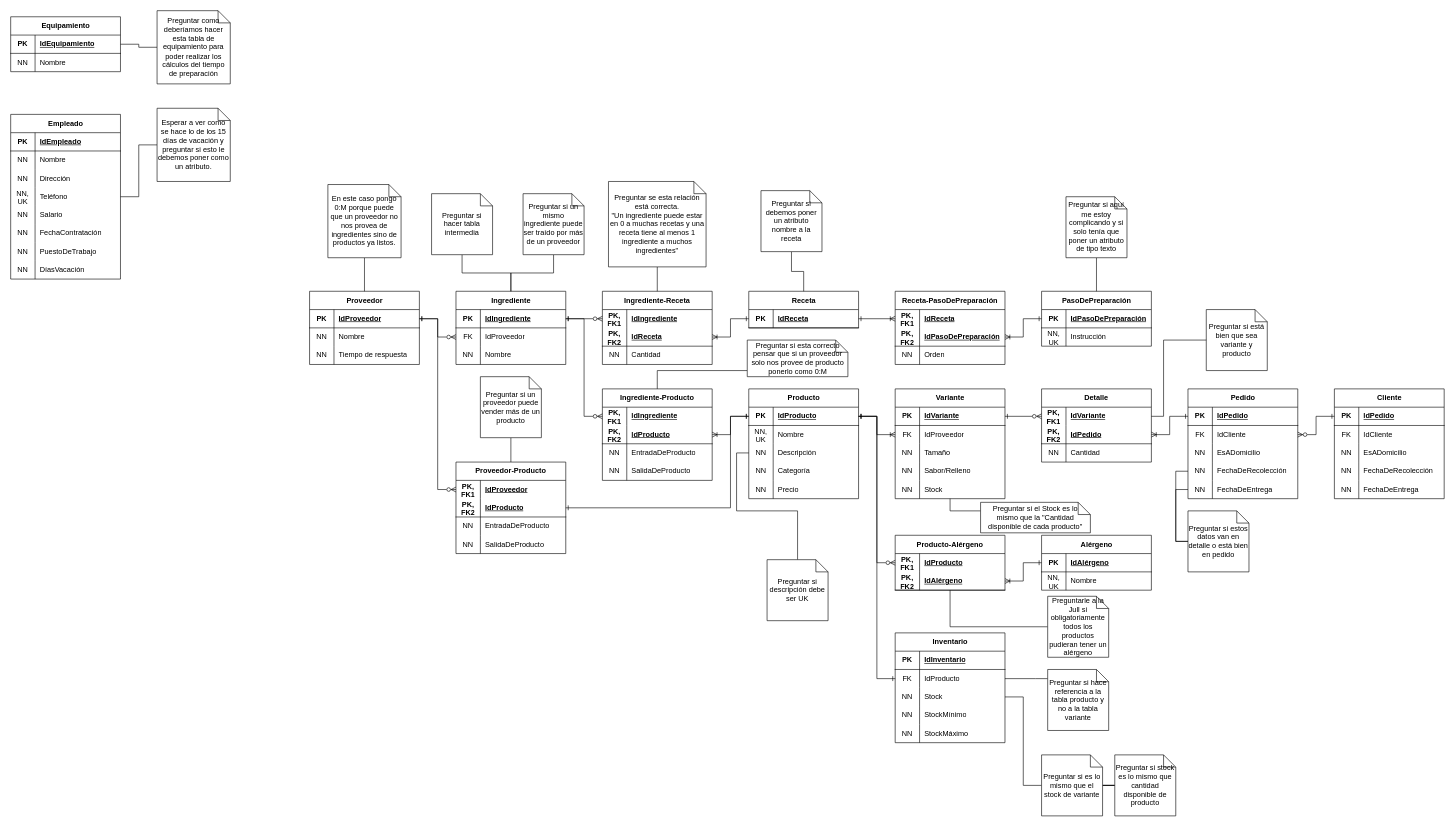
The draw.io diagram Diagramas Delicias Artesanales.drawio in gfranciscoerazom/ProyectoIntegradorDeliciasArtesanales, before the edit. Source tidied: cells renumbered, new cells numbered last; positions are measured from the earlier drawing's top-left corner, leaving out a move shared by most shapes. Both pictures are drawn from the tidied source at 61%, with x=0, y=0 at pixel (10, 10).
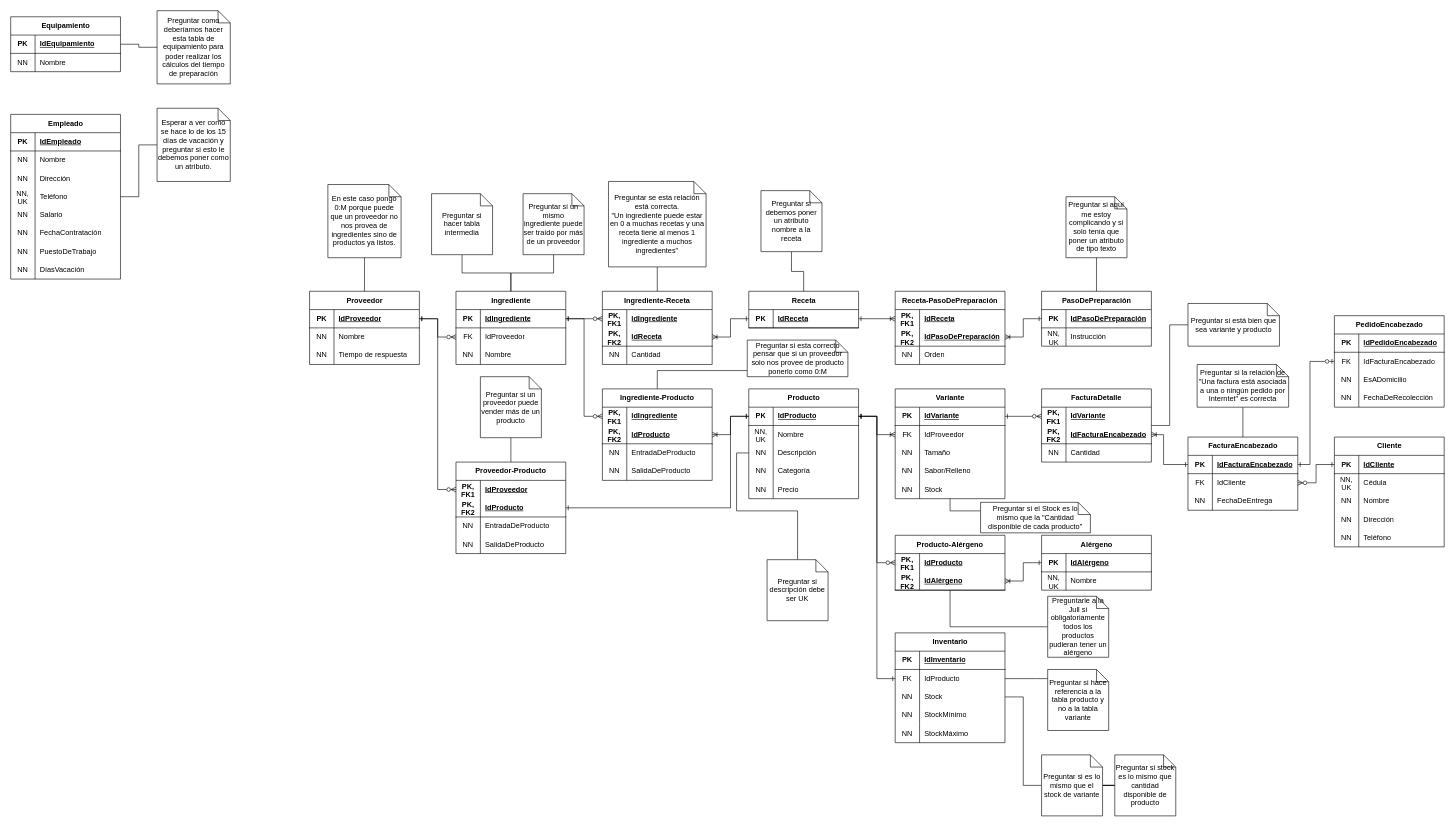
Above is the later version.

Commit message:
Create the invoice table to split the invoices that are generated when customers make a direct purchase on the physical site and the invoices that are generated when customers make an online purchase.

The change refers to these unchanged cells:
```xml
<mxCell id="219" style="shape=tableRow;horizontal=0;startSize=0;swimlaneHead=0;swimlaneBody=0;fillColor=none;points=[[0,0.5],[1,0.5]];portConstraint=eastwest;top=0;left=0;right=0;bottom=1;" parent="218" vertex="1">
  <mxGeometry y="30" width="180" height="30" as="geometry" />
</mxCell>
<mxCell id="222" style="shape=tableRow;horizontal=0;startSize=0;swimlaneHead=0;swimlaneBody=0;fillColor=none;points=[[0,0.5],[1,0.5]];portConstraint=eastwest;top=0;left=0;right=0;bottom=0;" parent="218" vertex="1">
  <mxGeometry y="60" width="180" height="30" as="geometry" />
</mxCell>
<mxCell id="228" style="shape=tableRow;horizontal=0;startSize=0;swimlaneHead=0;swimlaneBody=0;fillColor=none;points=[[0,0.5],[1,0.5]];portConstraint=eastwest;top=0;left=0;right=0;bottom=0;" parent="218" vertex="1">
  <mxGeometry y="120" width="180" height="30" as="geometry" />
</mxCell>
<mxCell id="235" style="shape=tableRow;horizontal=0;startSize=0;swimlaneHead=0;swimlaneBody=0;fillColor=none;points=[[0,0.5],[1,0.5]];portConstraint=eastwest;top=0;left=0;right=0;bottom=1;" parent="234" vertex="1">
  <mxGeometry y="30" width="180" height="30" as="geometry" />
</mxCell>
<mxCell id="244" style="shape=tableRow;horizontal=0;startSize=0;swimlaneHead=0;swimlaneBody=0;fillColor=none;top=0;left=0;right=0;bottom=0;" parent="234" vertex="1">
  <mxGeometry y="120" width="180" height="30" as="geometry" />
</mxCell>
<mxCell id="251" style="shape=tableRow;horizontal=0;startSize=0;swimlaneHead=0;swimlaneBody=0;fillColor=none;points=[[0,0.5],[1,0.5]];portConstraint=eastwest;top=0;left=0;right=0;bottom=0;html=1;" parent="250" vertex="1">
  <mxGeometry y="30" width="180" height="30" as="geometry" />
</mxCell>
<mxCell id="254" style="shape=tableRow;horizontal=0;startSize=0;swimlaneHead=0;swimlaneBody=0;fillColor=none;points=[[0,0.5],[1,0.5]];portConstraint=eastwest;top=0;left=0;right=0;bottom=1;html=1;" parent="250" vertex="1">
  <mxGeometry y="60" width="180" height="30" as="geometry" />
</mxCell>
```

Change to the diagram source:
```diff
@@
-    <mxCell id="218" value="Pedido" style="shape=table;startSize=30;childLayout=tableLayout;rowLines=0;fontStyle=1;align=center;html=1;" parent="1" vertex="1">
-      <mxGeometry x="1930" y="620" width="180" height="180" as="geometry" />
+    <mxCell id="218" value="PedidoEncabezado" style="shape=table;startSize=30;childLayout=tableLayout;rowLines=0;fontStyle=1;align=center;html=1;" parent="1" vertex="1">
+      <mxGeometry x="2170" y="500" width="180" height="150" as="geometry" />
     </mxCell>
@@
-    <mxCell id="221" value="IdPedido" style="shape=partialRectangle;fillColor=none;top=0;left=0;bottom=0;right=0;align=left;spacingLeft=6;fontStyle=5;overflow=hidden;whiteSpace=wrap;html=1;" parent="219" vertex="1">
+    <mxCell id="221" value="IdPedidoEncabezado" style="shape=partialRectangle;fillColor=none;top=0;left=0;bottom=0;right=0;align=left;spacingLeft=6;fontStyle=5;overflow=hidden;whiteSpace=wrap;html=1;" parent="219" vertex="1">
       <mxGeometry x="40" width="140" height="30" as="geometry" />
     </mxCell>
@@
-    <mxCell id="224" value="IdCliente" style="shape=partialRectangle;fillColor=none;top=0;left=0;bottom=0;right=0;align=left;spacingLeft=6;overflow=hidden;whiteSpace=wrap;html=1;" parent="222" vertex="1">
+    <mxCell id="224" value="IdFacturaEncabezado" style="shape=partialRectangle;fillColor=none;top=0;left=0;bottom=0;right=0;align=left;spacingLeft=6;overflow=hidden;whiteSpace=wrap;html=1;" parent="222" vertex="1">
       <mxGeometry x="40" width="140" height="30" as="geometry" />
     </mxCell>
@@
-    <mxCell id="231" style="shape=tableRow;horizontal=0;startSize=0;swimlaneHead=0;swimlaneBody=0;fillColor=none;points=[[0,0.5],[1,0.5]];portConstraint=eastwest;top=0;left=0;right=0;bottom=0;" parent="218" vertex="1">
-      <mxGeometry y="150" width="180" height="30" as="geometry" />
-    </mxCell>
-    <mxCell id="232" value="NN" style="shape=partialRectangle;fillColor=none;top=0;left=0;bottom=0;right=0;overflow=hidden;whiteSpace=wrap;html=1;" parent="231" vertex="1">
-      <mxGeometry width="40" height="30" as="geometry" />
-    </mxCell>
-    <mxCell id="233" value="FechaDeEntrega" style="shape=partialRectangle;fillColor=none;top=0;left=0;bottom=0;right=0;align=left;spacingLeft=6;overflow=hidden;whiteSpace=wrap;html=1;" parent="231" vertex="1">
-      <mxGeometry x="40" width="140" height="30" as="geometry" />
-    </mxCell>
     <mxCell id="234" value="Cliente" style="shape=table;startSize=30;childLayout=tableLayout;rowLines=0;fontStyle=1;align=center;html=1;" parent="1" vertex="1">
-      <mxGeometry x="2170" y="620" width="180" height="180" as="geometry" />
+      <mxGeometry x="2170" y="699" width="180" height="180" as="geometry" />
     </mxCell>
@@
-    <mxCell id="237" value="IdPedido" style="shape=partialRectangle;fillColor=none;top=0;left=0;bottom=0;right=0;align=left;spacingLeft=6;fontStyle=5;overflow=hidden;whiteSpace=wrap;html=1;" parent="235" vertex="1">
+    <mxCell id="237" value="IdCliente" style="shape=partialRectangle;fillColor=none;top=0;left=0;bottom=0;right=0;align=left;spacingLeft=6;fontStyle=5;overflow=hidden;whiteSpace=wrap;html=1;" parent="235" vertex="1">
       <mxGeometry x="40" width="140" height="30" as="geometry" />
     </mxCell>
+    <mxCell id="268" style="shape=tableRow;horizontal=0;startSize=0;swimlaneHead=0;swimlaneBody=0;fillColor=none;top=0;left=0;right=0;bottom=0;" parent="234" vertex="1">
+      <mxGeometry y="60" width="180" height="30" as="geometry" />
+    </mxCell>
+    <mxCell id="269" value="NN,&lt;br&gt;UK" style="shape=partialRectangle;fillColor=none;top=0;left=0;bottom=0;right=0;overflow=hidden;whiteSpace=wrap;html=1;" parent="268" vertex="1">
+      <mxGeometry width="40" height="30" as="geometry" />
+    </mxCell>
+    <mxCell id="270" value="Cédula" style="shape=partialRectangle;fillColor=none;top=0;left=0;bottom=0;right=0;align=left;spacingLeft=6;overflow=hidden;whiteSpace=wrap;html=1;" parent="268" vertex="1">
+      <mxGeometry x="40" width="140" height="30" as="geometry" />
+    </mxCell>
     <mxCell id="238" style="shape=tableRow;horizontal=0;startSize=0;swimlaneHead=0;swimlaneBody=0;fillColor=none;top=0;left=0;right=0;bottom=0;" parent="234" vertex="1">
-      <mxGeometry y="60" width="180" height="30" as="geometry" />
+      <mxGeometry y="90" width="180" height="30" as="geometry" />
     </mxCell>
-    <mxCell id="239" value="FK" style="shape=partialRectangle;fillColor=none;top=0;left=0;bottom=0;right=0;overflow=hidden;whiteSpace=wrap;html=1;" parent="238" vertex="1">
+    <mxCell id="239" value="NN" style="shape=partialRectangle;fillColor=none;top=0;left=0;bottom=0;right=0;overflow=hidden;whiteSpace=wrap;html=1;" parent="238" vertex="1">
       <mxGeometry width="40" height="30" as="geometry" />
     </mxCell>
-    <mxCell id="240" value="IdCliente" style="shape=partialRectangle;fillColor=none;top=0;left=0;bottom=0;right=0;align=left;spacingLeft=6;overflow=hidden;whiteSpace=wrap;html=1;" parent="238" vertex="1">
+    <mxCell id="240" value="Nombre" style="shape=partialRectangle;fillColor=none;top=0;left=0;bottom=0;right=0;align=left;spacingLeft=6;overflow=hidden;whiteSpace=wrap;html=1;" parent="238" vertex="1">
       <mxGeometry x="40" width="140" height="30" as="geometry" />
     </mxCell>
-    <mxCell id="241" style="shape=tableRow;horizontal=0;startSize=0;swimlaneHead=0;swimlaneBody=0;fillColor=none;top=0;left=0;right=0;bottom=0;" parent="234" vertex="1">
-      <mxGeometry y="90" width="180" height="30" as="geometry" />
-    </mxCell>
-    <mxCell id="242" value="NN" style="shape=partialRectangle;fillColor=none;top=0;left=0;bottom=0;right=0;overflow=hidden;whiteSpace=wrap;html=1;" parent="241" vertex="1">
-      <mxGeometry width="40" height="30" as="geometry" />
-    </mxCell>
-    <mxCell id="243" value="EsADomicilio" style="shape=partialRectangle;fillColor=none;top=0;left=0;bottom=0;right=0;align=left;spacingLeft=6;overflow=hidden;whiteSpace=wrap;html=1;" parent="241" vertex="1">
-      <mxGeometry x="40" width="140" height="30" as="geometry" />
-    </mxCell>
@@
-    <mxCell id="245" value="NN" style="shape=partialRectangle;fillColor=none;top=0;left=0;bottom=0;right=0;overflow=hidden;whiteSpace=wrap;html=1;" parent="244" vertex="1">
-      <mxGeometry width="40" height="30" as="geometry" />
-    </mxCell>
-    <mxCell id="246" value="FechaDeRecolección" style="shape=partialRectangle;fillColor=none;top=0;left=0;bottom=0;right=0;align=left;spacingLeft=6;overflow=hidden;whiteSpace=wrap;html=1;" parent="244" vertex="1">
-      <mxGeometry x="40" width="140" height="30" as="geometry" />
-    </mxCell>
-    <mxCell id="247" style="shape=tableRow;horizontal=0;startSize=0;swimlaneHead=0;swimlaneBody=0;fillColor=none;top=0;left=0;right=0;bottom=0;" parent="234" vertex="1">
-      <mxGeometry y="150" width="180" height="30" as="geometry" />
-    </mxCell>
-    <mxCell id="248" value="NN" style="shape=partialRectangle;fillColor=none;top=0;left=0;bottom=0;right=0;overflow=hidden;whiteSpace=wrap;html=1;" parent="247" vertex="1">
-      <mxGeometry width="40" height="30" as="geometry" />
-    </mxCell>
-    <mxCell id="249" value="FechaDeEntrega" style="shape=partialRectangle;fillColor=none;top=0;left=0;bottom=0;right=0;align=left;spacingLeft=6;overflow=hidden;whiteSpace=wrap;html=1;" parent="247" vertex="1">
-      <mxGeometry x="40" width="140" height="30" as="geometry" />
-    </mxCell>
+    <mxCell id="271" value="NN" style="shape=partialRectangle;fillColor=none;top=0;left=0;bottom=0;right=0;overflow=hidden;whiteSpace=wrap;html=1;" parent="244" vertex="1">
+      <mxGeometry width="40" height="30" as="geometry" />
+    </mxCell>
+    <mxCell id="272" value="Dirección" style="shape=partialRectangle;fillColor=none;top=0;left=0;bottom=0;right=0;align=left;spacingLeft=6;overflow=hidden;whiteSpace=wrap;html=1;" parent="244" vertex="1">
+      <mxGeometry x="40" width="140" height="30" as="geometry" />
+    </mxCell>
+    <mxCell id="273" style="shape=tableRow;horizontal=0;startSize=0;swimlaneHead=0;swimlaneBody=0;fillColor=none;top=0;left=0;right=0;bottom=0;" parent="234" vertex="1">
+      <mxGeometry y="150" width="180" height="30" as="geometry" />
+    </mxCell>
+    <mxCell id="274" value="NN" style="shape=partialRectangle;fillColor=none;top=0;left=0;bottom=0;right=0;overflow=hidden;whiteSpace=wrap;html=1;" parent="273" vertex="1">
+      <mxGeometry width="40" height="30" as="geometry" />
+    </mxCell>
+    <mxCell id="275" value="Teléfono" style="shape=partialRectangle;fillColor=none;top=0;left=0;bottom=0;right=0;align=left;spacingLeft=6;overflow=hidden;whiteSpace=wrap;html=1;" parent="273" vertex="1">
+      <mxGeometry x="40" width="140" height="30" as="geometry" />
+    </mxCell>
-    <mxCell id="250" value="Detalle" style="shape=table;startSize=30;childLayout=tableLayout;rowLines=0;fontStyle=1;align=center;html=1;whiteSpace=wrap;" parent="1" vertex="1">
+    <mxCell id="250" value="FacturaDetalle" style="shape=table;startSize=30;childLayout=tableLayout;rowLines=0;fontStyle=1;align=center;html=1;whiteSpace=wrap;" parent="1" vertex="1">
       <mxGeometry x="1690" y="620" width="180" height="120" as="geometry" />
     </mxCell>
@@
-    <mxCell id="256" value="IdPedido" style="shape=partialRectangle;fillColor=none;top=0;left=0;bottom=0;right=0;align=left;spacingLeft=6;fontStyle=5;overflow=hidden;html=1;whiteSpace=wrap;" parent="254" vertex="1">
+    <mxCell id="256" value="IdFacturaEncabezado" style="shape=partialRectangle;fillColor=none;top=0;left=0;bottom=0;right=0;align=left;spacingLeft=6;fontStyle=5;overflow=hidden;html=1;whiteSpace=wrap;" parent="254" vertex="1">
       <mxGeometry x="40" width="140" height="30" as="geometry" />
     </mxCell>
@@
-    <mxCell id="260" style="edgeStyle=orthogonalEdgeStyle;rounded=0;jettySize=auto;html=1;exitX=0;exitY=0.5;exitDx=0;exitDy=0;startArrow=ERone;startFill=0;endArrow=ERoneToMany;endFill=0;" parent="1" edge="1" source="219" target="254">
-      <mxGeometry relative="1" as="geometry" />
+    <mxCell id="260" style="edgeStyle=orthogonalEdgeStyle;rounded=0;jettySize=auto;html=1;startArrow=ERone;startFill=0;endArrow=ERoneToMany;endFill=0;" parent="1" edge="1" source="280" target="254">
+      <mxGeometry relative="1" as="geometry">
+        <Array as="points">
+          <mxPoint x="1890" y="744" />
+          <mxPoint x="1890" y="695" />
+        </Array>
+      </mxGeometry>
     </mxCell>
@@
-    <mxCell id="262" style="edgeStyle=orthogonalEdgeStyle;rounded=0;jettySize=auto;html=1;exitX=0;exitY=0.5;exitDx=0;exitDy=0;startArrow=ERone;startFill=0;endArrow=ERzeroToMany;endFill=0;" parent="1" edge="1" source="235" target="222">
+    <mxCell id="262" style="edgeStyle=orthogonalEdgeStyle;rounded=0;jettySize=auto;html=1;startArrow=ERone;startFill=0;endArrow=ERzeroToMany;endFill=0;" parent="1" edge="1" source="235" target="283">
       <mxGeometry relative="1" as="geometry" />
     </mxCell>
-    <mxCell id="263" style="edgeStyle=orthogonalEdgeStyle;rounded=0;jettySize=auto;html=1;exitX=0;exitY=0.5;exitDx=0;exitDy=0;exitPerimeter=0;entryX=0;entryY=0.5;entryDx=0;entryDy=0;endArrow=none;endFill=0;" parent="1" edge="1" source="265" target="228">
-      <mxGeometry relative="1" as="geometry" />
-    </mxCell>
-    <mxCell id="264" style="edgeStyle=orthogonalEdgeStyle;rounded=0;jettySize=auto;html=1;exitX=0;exitY=0.5;exitDx=0;exitDy=0;exitPerimeter=0;entryX=0;entryY=0.5;entryDx=0;entryDy=0;endArrow=none;endFill=0;" parent="1" edge="1" source="265" target="231">
-      <mxGeometry relative="1" as="geometry" />
-    </mxCell>
-    <mxCell id="265" value="Preguntar si estos datos van en detalle o está bien en pedido" style="shape=note;size=20;whiteSpace=wrap;html=1;" parent="1" vertex="1">
-      <mxGeometry x="1930" y="820" width="100" height="100" as="geometry" />
-    </mxCell>
+    <mxCell id="276" style="edgeStyle=orthogonalEdgeStyle;rounded=0;jettySize=auto;html=1;exitX=0;exitY=0.5;exitDx=0;exitDy=0;exitPerimeter=0;endArrow=none;endFill=0;" parent="1" edge="1" source="266" target="250">
+      <mxGeometry relative="1" as="geometry">
+        <Array as="points">
+          <mxPoint x="1900" y="515" />
+          <mxPoint x="1900" y="680" />
+        </Array>
+      </mxGeometry>
+    </mxCell>
     <mxCell id="266" value="Preguntar si está bien que sea variante y producto" style="shape=note;size=20;whiteSpace=wrap;html=1;" parent="1" vertex="1">
-      <mxGeometry x="1960" y="490" width="100" height="100" as="geometry" />
+      <mxGeometry x="1930" y="480" width="150" height="70" as="geometry" />
     </mxCell>
-    <mxCell id="267" style="edgeStyle=orthogonalEdgeStyle;rounded=0;jettySize=auto;html=1;exitX=1;exitY=0.5;exitDx=0;exitDy=0;entryX=0;entryY=0.5;entryDx=0;entryDy=0;entryPerimeter=0;endArrow=none;endFill=0;" parent="1" edge="1" source="251" target="266">
-      <mxGeometry relative="1" as="geometry">
-        <Array as="points">
-          <mxPoint x="1890" y="665" />
-          <mxPoint x="1890" y="540" />
-        </Array>
-      </mxGeometry>
-    </mxCell>
+    <mxCell id="277" style="edgeStyle=orthogonalEdgeStyle;rounded=0;jettySize=auto;html=1;exitX=0.5;exitY=1;exitDx=0;exitDy=0;exitPerimeter=0;entryX=0.5;entryY=0;entryDx=0;entryDy=0;endArrow=none;endFill=0;" parent="1" edge="1" source="278" target="279">
+      <mxGeometry relative="1" as="geometry" />
+    </mxCell>
+    <mxCell id="278" value="Preguntar si la relación de &quot;Una factura está asociada a una o ningún pedido por Interntet&quot; es correcta" style="shape=note;size=20;whiteSpace=wrap;html=1;" parent="1" vertex="1">
+      <mxGeometry x="1945" y="580" width="150" height="70" as="geometry" />
+    </mxCell>
+    <mxCell id="279" value="FacturaEncabezado" style="shape=table;startSize=30;childLayout=tableLayout;rowLines=0;fontStyle=1;align=center;html=1;" parent="1" vertex="1">
+      <mxGeometry x="1930" y="699" width="180" height="120" as="geometry" />
+    </mxCell>
+    <mxCell id="280" style="shape=tableRow;horizontal=0;startSize=0;swimlaneHead=0;swimlaneBody=0;fillColor=none;points=[[0,0.5],[1,0.5]];portConstraint=eastwest;top=0;left=0;right=0;bottom=1;" parent="279" vertex="1">
+      <mxGeometry y="30" width="180" height="30" as="geometry" />
+    </mxCell>
+    <mxCell id="281" value="PK" style="shape=partialRectangle;fillColor=none;top=0;left=0;bottom=0;right=0;fontStyle=1;overflow=hidden;whiteSpace=wrap;html=1;" parent="280" vertex="1">
+      <mxGeometry width="40" height="30" as="geometry" />
+    </mxCell>
+    <mxCell id="282" value="IdFacturaEncabezado" style="shape=partialRectangle;fillColor=none;top=0;left=0;bottom=0;right=0;align=left;spacingLeft=6;fontStyle=5;overflow=hidden;whiteSpace=wrap;html=1;" parent="280" vertex="1">
+      <mxGeometry x="40" width="140" height="30" as="geometry" />
+    </mxCell>
+    <mxCell id="283" style="shape=tableRow;horizontal=0;startSize=0;swimlaneHead=0;swimlaneBody=0;fillColor=none;points=[[0,0.5],[1,0.5]];portConstraint=eastwest;top=0;left=0;right=0;bottom=0;" parent="279" vertex="1">
+      <mxGeometry y="60" width="180" height="30" as="geometry" />
+    </mxCell>
+    <mxCell id="284" value="FK" style="shape=partialRectangle;fillColor=none;top=0;left=0;bottom=0;right=0;overflow=hidden;whiteSpace=wrap;html=1;" parent="283" vertex="1">
+      <mxGeometry width="40" height="30" as="geometry" />
+    </mxCell>
+    <mxCell id="285" value="IdCliente" style="shape=partialRectangle;fillColor=none;top=0;left=0;bottom=0;right=0;align=left;spacingLeft=6;overflow=hidden;whiteSpace=wrap;html=1;" parent="283" vertex="1">
+      <mxGeometry x="40" width="140" height="30" as="geometry" />
+    </mxCell>
+    <mxCell id="241" style="shape=tableRow;horizontal=0;startSize=0;swimlaneHead=0;swimlaneBody=0;fillColor=none;top=0;left=0;right=0;bottom=0;" parent="279" vertex="1">
+      <mxGeometry y="90" width="180" height="30" as="geometry" />
+    </mxCell>
+    <mxCell id="286" value="NN" style="shape=partialRectangle;fillColor=none;top=0;left=0;bottom=0;right=0;overflow=hidden;whiteSpace=wrap;html=1;" parent="241" vertex="1">
+      <mxGeometry width="40" height="30" as="geometry" />
+    </mxCell>
+    <mxCell id="287" value="FechaDeEntrega" style="shape=partialRectangle;fillColor=none;top=0;left=0;bottom=0;right=0;align=left;spacingLeft=6;overflow=hidden;whiteSpace=wrap;html=1;" parent="241" vertex="1">
+      <mxGeometry x="40" width="140" height="30" as="geometry" />
+    </mxCell>
+    <mxCell id="288" style="edgeStyle=orthogonalEdgeStyle;rounded=0;jettySize=auto;html=1;startArrow=ERone;startFill=0;endArrow=ERzeroToOne;endFill=0;" parent="1" edge="1" source="280" target="222">
+      <mxGeometry relative="1" as="geometry">
+        <Array as="points">
+          <mxPoint x="2130" y="744" />
+          <mxPoint x="2130" y="575" />
+        </Array>
+      </mxGeometry>
+    </mxCell>
```
